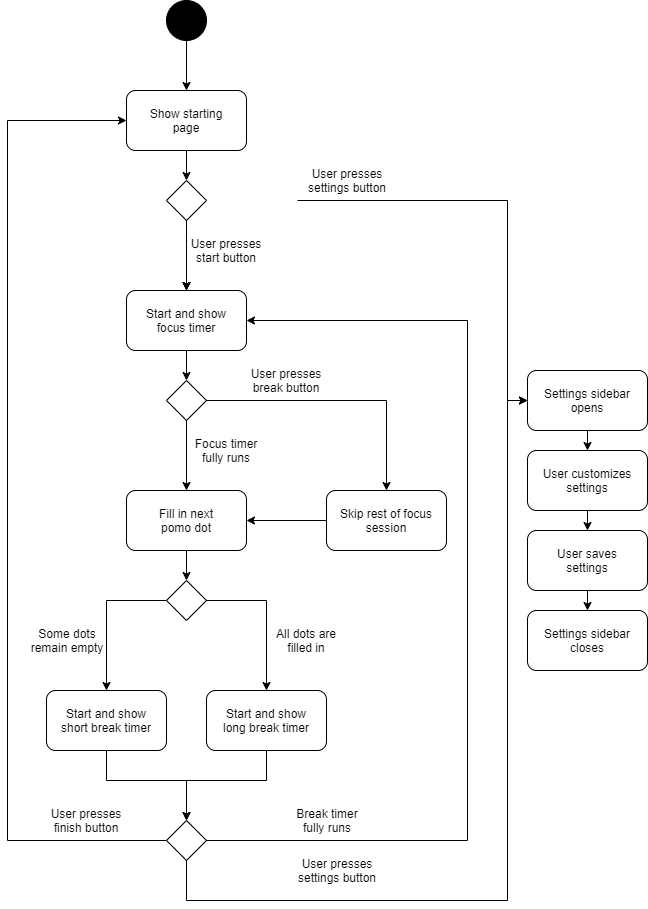
Earlier version of the draw.io export specs/uml_activity_diagram.png (jkuschner/PomoGarden). Source tidied: cells renumbered, new cells last; positions are measured from the earlier drawing's top-left corner, leaving out a move shared by most shapes. Its diagram source:
```xml
<mxGraphModel background="#FFFFFF">
  <root>
    <mxCell id="0" />
    <mxCell id="1" parent="0" />
    <mxCell id="2" style="edgeStyle=orthogonalEdgeStyle;rounded=0;jettySize=auto;html=1;entryX=0.5;entryY=0;entryDx=0;entryDy=0;strokeColor=#000000;" parent="1" edge="1" source="3" target="23">
      <mxGeometry relative="1" as="geometry" />
    </mxCell>
    <mxCell id="3" value="Start and show&lt;br&gt;focus timer" style="rounded=1;whiteSpace=wrap;html=1;" parent="1" vertex="1">
      <mxGeometry x="119" y="290" width="120" height="60" as="geometry" />
    </mxCell>
    <mxCell id="4" style="edgeStyle=orthogonalEdgeStyle;rounded=0;jettySize=auto;html=1;entryX=0.5;entryY=0;entryDx=0;entryDy=0;" parent="1" edge="1" source="13" target="3">
      <mxGeometry relative="1" as="geometry" />
    </mxCell>
    <mxCell id="5" style="edgeStyle=orthogonalEdgeStyle;rounded=0;jettySize=auto;html=1;entryX=0.5;entryY=0;entryDx=0;entryDy=0;" parent="1" edge="1" source="13" target="3">
      <mxGeometry relative="1" as="geometry" />
    </mxCell>
    <mxCell id="6" style="edgeStyle=orthogonalEdgeStyle;rounded=0;jettySize=auto;html=1;entryX=0.5;entryY=0;entryDx=0;entryDy=0;strokeColor=#000000;" parent="1" edge="1" target="11">
      <mxGeometry relative="1" as="geometry">
        <mxPoint x="179" y="40" as="sourcePoint" />
      </mxGeometry>
    </mxCell>
    <mxCell id="7" style="ellipse;whiteSpace=wrap;html=1;fillColor=#000000;" parent="1" vertex="1">
      <mxGeometry x="159" width="40" height="40" as="geometry" />
    </mxCell>
    <mxCell id="8" style="edgeStyle=orthogonalEdgeStyle;rounded=0;jettySize=auto;html=1;exitX=0.5;exitY=1;exitDx=0;exitDy=0;entryX=0.5;entryY=0;entryDx=0;entryDy=0;strokeColor=#000000;" parent="1" edge="1" source="9" target="18">
      <mxGeometry relative="1" as="geometry" />
    </mxCell>
    <mxCell id="9" value="Settings sidebar&lt;br&gt;opens" style="rounded=1;whiteSpace=wrap;html=1;" parent="1" vertex="1">
      <mxGeometry x="520" y="370" width="120" height="60" as="geometry" />
    </mxCell>
    <mxCell id="10" style="edgeStyle=orthogonalEdgeStyle;rounded=0;jettySize=auto;html=1;entryX=0.5;entryY=0;entryDx=0;entryDy=0;strokeColor=#000000;" parent="1" edge="1" source="11" target="13">
      <mxGeometry relative="1" as="geometry" />
    </mxCell>
    <mxCell id="11" value="Show starting&lt;br&gt;page" style="rounded=1;whiteSpace=wrap;html=1;" parent="1" vertex="1">
      <mxGeometry x="119" y="90" width="120" height="60" as="geometry" />
    </mxCell>
    <mxCell id="12" style="edgeStyle=orthogonalEdgeStyle;rounded=0;jettySize=auto;html=1;entryX=0.5;entryY=0;entryDx=0;entryDy=0;strokeColor=#000000;" parent="1" edge="1" source="13" target="3">
      <mxGeometry relative="1" as="geometry" />
    </mxCell>
    <mxCell id="13" style="rhombus;whiteSpace=wrap;html=1;" parent="1" vertex="1">
      <mxGeometry x="159" y="180" width="40" height="40" as="geometry" />
    </mxCell>
    <mxCell id="14" style="edgeStyle=orthogonalEdgeStyle;rounded=0;jettySize=auto;html=1;exitX=0;exitY=1;exitDx=0;exitDy=0;entryX=0;entryY=0.5;entryDx=0;entryDy=0;strokeColor=#000000;" parent="1" edge="1" source="15" target="9">
      <mxGeometry relative="1" as="geometry">
        <Array as="points">
          <mxPoint x="500" y="200" />
          <mxPoint x="500" y="400" />
        </Array>
      </mxGeometry>
    </mxCell>
    <mxCell id="15" value="&lt;font color=&quot;#000000&quot;&gt;User presses settings button&lt;/font&gt;" style="text;html=1;strokeColor=none;fillColor=none;align=center;verticalAlign=middle;whiteSpace=wrap;rounded=0;" parent="1" vertex="1">
      <mxGeometry x="290" y="160" width="100" height="40" as="geometry" />
    </mxCell>
    <mxCell id="16" value="&lt;font color=&quot;#000000&quot;&gt;User presses start button&lt;/font&gt;" style="text;html=1;strokeColor=none;fillColor=none;align=center;verticalAlign=middle;whiteSpace=wrap;rounded=0;" parent="1" vertex="1">
      <mxGeometry x="179" y="230" width="80" height="40" as="geometry" />
    </mxCell>
    <mxCell id="17" style="edgeStyle=orthogonalEdgeStyle;rounded=0;jettySize=auto;html=1;exitX=0.5;exitY=1;exitDx=0;exitDy=0;entryX=0.5;entryY=0;entryDx=0;entryDy=0;strokeColor=#000000;" parent="1" edge="1" source="18" target="45">
      <mxGeometry relative="1" as="geometry" />
    </mxCell>
    <mxCell id="18" value="User customizes&lt;br&gt;settings" style="rounded=1;whiteSpace=wrap;html=1;" parent="1" vertex="1">
      <mxGeometry x="520" y="450" width="120" height="60" as="geometry" />
    </mxCell>
    <mxCell id="19" style="edgeStyle=orthogonalEdgeStyle;rounded=0;jettySize=auto;html=1;entryX=0.5;entryY=0;entryDx=0;entryDy=0;strokeColor=#000000;" parent="1" edge="1" source="20" target="32">
      <mxGeometry relative="1" as="geometry" />
    </mxCell>
    <mxCell id="20" value="Fill in next&lt;br&gt;pomo dot" style="rounded=1;whiteSpace=wrap;html=1;" parent="1" vertex="1">
      <mxGeometry x="119" y="490" width="120" height="60" as="geometry" />
    </mxCell>
    <mxCell id="21" style="edgeStyle=orthogonalEdgeStyle;rounded=0;jettySize=auto;html=1;entryX=0.5;entryY=0;entryDx=0;entryDy=0;strokeColor=#000000;" parent="1" edge="1" source="23" target="20">
      <mxGeometry relative="1" as="geometry" />
    </mxCell>
    <mxCell id="22" style="edgeStyle=orthogonalEdgeStyle;rounded=0;jettySize=auto;html=1;entryX=0.5;entryY=0;entryDx=0;entryDy=0;strokeColor=#000000;" parent="1" edge="1" source="23" target="27">
      <mxGeometry relative="1" as="geometry" />
    </mxCell>
    <mxCell id="23" style="rhombus;whiteSpace=wrap;html=1;" parent="1" vertex="1">
      <mxGeometry x="159" y="380" width="40" height="40" as="geometry" />
    </mxCell>
    <mxCell id="24" value="&lt;font color=&quot;#000000&quot;&gt;Focus timer&lt;br&gt;fully runs&lt;br&gt;&lt;/font&gt;" style="text;html=1;strokeColor=none;fillColor=none;align=center;verticalAlign=middle;whiteSpace=wrap;rounded=0;" parent="1" vertex="1">
      <mxGeometry x="179" y="430" width="80" height="40" as="geometry" />
    </mxCell>
    <mxCell id="25" value="&lt;font color=&quot;#000000&quot;&gt;User presses break button&lt;/font&gt;" style="text;html=1;strokeColor=none;fillColor=none;align=center;verticalAlign=middle;whiteSpace=wrap;rounded=0;" parent="1" vertex="1">
      <mxGeometry x="239" y="360" width="80" height="40" as="geometry" />
    </mxCell>
    <mxCell id="26" style="edgeStyle=orthogonalEdgeStyle;rounded=0;jettySize=auto;html=1;entryX=1;entryY=0.5;entryDx=0;entryDy=0;strokeColor=#000000;" parent="1" edge="1" source="27" target="20">
      <mxGeometry relative="1" as="geometry" />
    </mxCell>
    <mxCell id="27" value="Skip rest of focus&lt;br&gt;session" style="rounded=1;whiteSpace=wrap;html=1;" parent="1" vertex="1">
      <mxGeometry x="319" y="490" width="120" height="60" as="geometry" />
    </mxCell>
    <mxCell id="28" value="Settings sidebar&lt;br&gt;closes" style="rounded=1;whiteSpace=wrap;html=1;" parent="1" vertex="1">
      <mxGeometry x="520" y="610" width="120" height="60" as="geometry" />
    </mxCell>
    <mxCell id="29" value="&lt;font color=&quot;#000000&quot;&gt;User presses&lt;br&gt;finish button&lt;br&gt;&lt;/font&gt;" style="text;html=1;strokeColor=none;fillColor=none;align=center;verticalAlign=middle;whiteSpace=wrap;rounded=0;" parent="1" vertex="1">
      <mxGeometry x="39" y="800" width="80" height="40" as="geometry" />
    </mxCell>
    <mxCell id="30" style="edgeStyle=orthogonalEdgeStyle;rounded=0;jettySize=auto;html=1;exitX=1;exitY=0.5;exitDx=0;exitDy=0;entryX=0.5;entryY=0;entryDx=0;entryDy=0;strokeColor=#000000;" parent="1" edge="1" source="32" target="36">
      <mxGeometry relative="1" as="geometry" />
    </mxCell>
    <mxCell id="31" style="edgeStyle=orthogonalEdgeStyle;rounded=0;jettySize=auto;html=1;exitX=0;exitY=0.5;exitDx=0;exitDy=0;entryX=0.5;entryY=0;entryDx=0;entryDy=0;strokeColor=#000000;" parent="1" edge="1" source="32" target="34">
      <mxGeometry relative="1" as="geometry" />
    </mxCell>
    <mxCell id="32" style="rhombus;whiteSpace=wrap;html=1;" parent="1" vertex="1">
      <mxGeometry x="159" y="580" width="40" height="40" as="geometry" />
    </mxCell>
    <mxCell id="33" style="edgeStyle=orthogonalEdgeStyle;rounded=0;jettySize=auto;html=1;entryX=0.5;entryY=0;entryDx=0;entryDy=0;strokeColor=#000000;" parent="1" edge="1" source="34" target="42">
      <mxGeometry relative="1" as="geometry">
        <Array as="points">
          <mxPoint x="99" y="780" />
          <mxPoint x="179" y="780" />
        </Array>
      </mxGeometry>
    </mxCell>
    <mxCell id="34" value="Start and show&lt;br&gt;short break timer" style="rounded=1;whiteSpace=wrap;html=1;" parent="1" vertex="1">
      <mxGeometry x="39" y="690" width="120" height="60" as="geometry" />
    </mxCell>
    <mxCell id="35" style="edgeStyle=orthogonalEdgeStyle;rounded=0;jettySize=auto;html=1;entryX=0.5;entryY=0;entryDx=0;entryDy=0;strokeColor=#000000;" parent="1" edge="1" source="36" target="42">
      <mxGeometry relative="1" as="geometry">
        <Array as="points">
          <mxPoint x="259" y="780" />
          <mxPoint x="179" y="780" />
        </Array>
      </mxGeometry>
    </mxCell>
    <mxCell id="36" value="Start and show&lt;br&gt;long break timer" style="rounded=1;whiteSpace=wrap;html=1;" parent="1" vertex="1">
      <mxGeometry x="199" y="690" width="120" height="60" as="geometry" />
    </mxCell>
    <mxCell id="37" value="&lt;font color=&quot;#000000&quot;&gt;All dots are&lt;br&gt;filled in&lt;br&gt;&lt;/font&gt;" style="text;html=1;strokeColor=none;fillColor=none;align=center;verticalAlign=middle;whiteSpace=wrap;rounded=0;" parent="1" vertex="1">
      <mxGeometry x="259" y="620" width="80" height="40" as="geometry" />
    </mxCell>
    <mxCell id="38" value="&lt;font color=&quot;#000000&quot;&gt;Some dots remain empty&lt;/font&gt;" style="text;html=1;strokeColor=none;fillColor=none;align=center;verticalAlign=middle;whiteSpace=wrap;rounded=0;" parent="1" vertex="1">
      <mxGeometry x="20" y="620" width="80" height="40" as="geometry" />
    </mxCell>
    <mxCell id="39" style="edgeStyle=orthogonalEdgeStyle;rounded=0;jettySize=auto;html=1;exitX=0;exitY=0.5;exitDx=0;exitDy=0;entryX=0;entryY=0.5;entryDx=0;entryDy=0;strokeColor=#000000;" parent="1" edge="1" source="42" target="11">
      <mxGeometry relative="1" as="geometry">
        <Array as="points">
          <mxPoint y="840" />
          <mxPoint y="120" />
        </Array>
      </mxGeometry>
    </mxCell>
    <mxCell id="40" style="edgeStyle=orthogonalEdgeStyle;rounded=0;jettySize=auto;html=1;entryX=1;entryY=0.5;entryDx=0;entryDy=0;strokeColor=#000000;" parent="1" edge="1" source="42" target="3">
      <mxGeometry relative="1" as="geometry">
        <Array as="points">
          <mxPoint x="460" y="840" />
          <mxPoint x="460" y="320" />
        </Array>
      </mxGeometry>
    </mxCell>
    <mxCell id="41" style="edgeStyle=orthogonalEdgeStyle;rounded=0;jettySize=auto;html=1;exitX=0.5;exitY=1;exitDx=0;exitDy=0;entryX=0;entryY=0.5;entryDx=0;entryDy=0;strokeColor=#000000;" parent="1" edge="1" source="42" target="9">
      <mxGeometry relative="1" as="geometry">
        <Array as="points">
          <mxPoint x="179" y="900" />
          <mxPoint x="500" y="900" />
          <mxPoint x="500" y="400" />
        </Array>
      </mxGeometry>
    </mxCell>
    <mxCell id="42" style="rhombus;whiteSpace=wrap;html=1;" parent="1" vertex="1">
      <mxGeometry x="159" y="820" width="40" height="40" as="geometry" />
    </mxCell>
    <mxCell id="43" value="&lt;font color=&quot;#000000&quot;&gt;Break timer&lt;br&gt;fully runs&lt;br&gt;&lt;/font&gt;" style="text;html=1;strokeColor=none;fillColor=none;align=center;verticalAlign=middle;whiteSpace=wrap;rounded=0;" parent="1" vertex="1">
      <mxGeometry x="280" y="800" width="80" height="40" as="geometry" />
    </mxCell>
    <mxCell id="44" style="edgeStyle=orthogonalEdgeStyle;rounded=0;jettySize=auto;html=1;exitX=0.5;exitY=1;exitDx=0;exitDy=0;entryX=0.5;entryY=0;entryDx=0;entryDy=0;strokeColor=#000000;" parent="1" edge="1" source="45" target="28">
      <mxGeometry relative="1" as="geometry" />
    </mxCell>
    <mxCell id="45" value="User saves&lt;br&gt;settings" style="rounded=1;whiteSpace=wrap;html=1;" parent="1" vertex="1">
      <mxGeometry x="520" y="530" width="120" height="60" as="geometry" />
    </mxCell>
    <mxCell id="46" value="&lt;font color=&quot;#000000&quot;&gt;User presses settings button&lt;/font&gt;" style="text;html=1;strokeColor=none;fillColor=none;align=center;verticalAlign=middle;whiteSpace=wrap;rounded=0;" parent="1" vertex="1">
      <mxGeometry x="280" y="850" width="100" height="40" as="geometry" />
    </mxCell>
  </root>
</mxGraphModel>
```
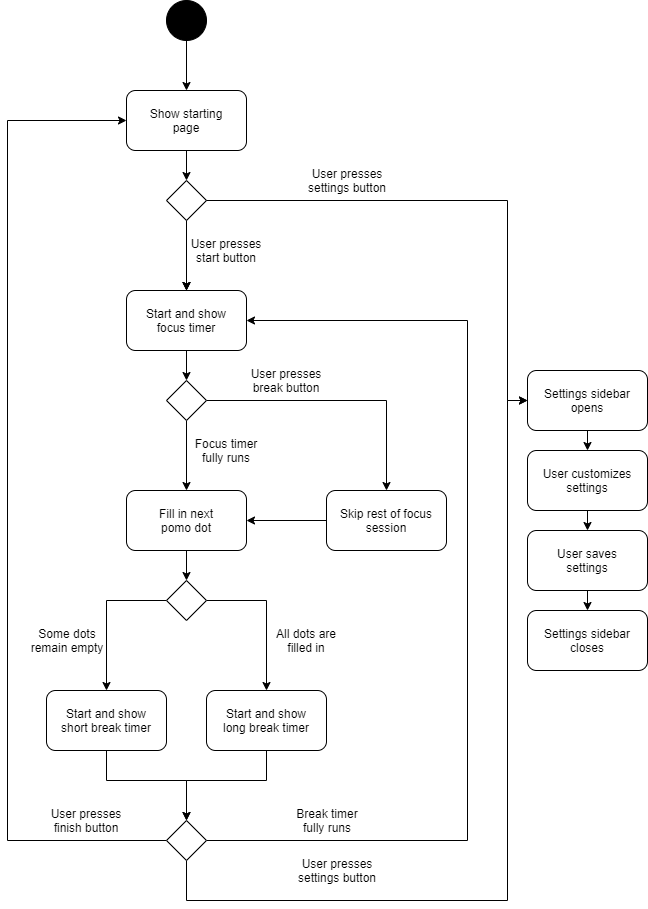
Above is the later version.

Commit message:
Fixed broken arrow

Change to the diagram source:
```diff
@@ -40,7 +40,7 @@
     <mxCell id="13" style="rhombus;whiteSpace=wrap;html=1;" parent="1" vertex="1">
       <mxGeometry x="159" y="180" width="40" height="40" as="geometry" />
     </mxCell>
-    <mxCell id="14" style="edgeStyle=orthogonalEdgeStyle;rounded=0;jettySize=auto;html=1;exitX=0;exitY=1;exitDx=0;exitDy=0;entryX=0;entryY=0.5;entryDx=0;entryDy=0;strokeColor=#000000;" parent="1" edge="1" source="15" target="9">
+    <mxCell id="14" style="edgeStyle=orthogonalEdgeStyle;rounded=0;jettySize=auto;html=1;exitX=1;exitY=0.5;exitDx=0;exitDy=0;entryX=0;entryY=0.5;entryDx=0;entryDy=0;strokeColor=#000000;" parent="1" edge="1" source="13" target="9">
       <mxGeometry relative="1" as="geometry">
         <Array as="points">
           <mxPoint x="500" y="200" />
```
